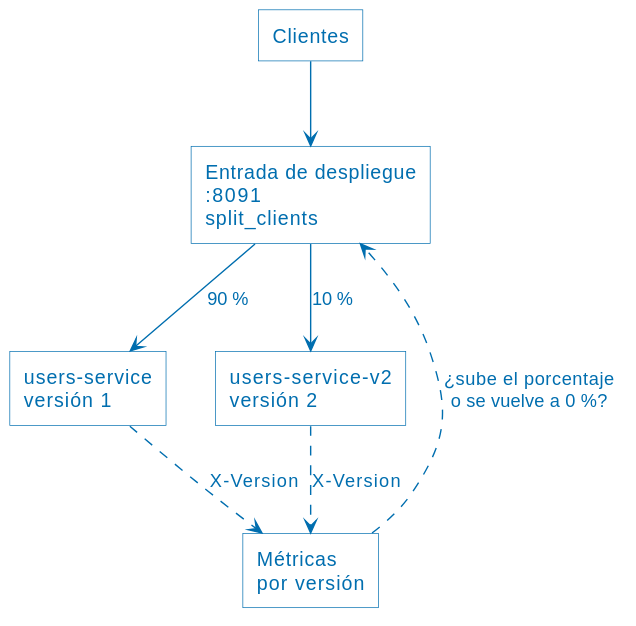
ucudal/ANDIS2_UT4_DEMO1 keeps this PlantUML diagram as assets/29-canary.svg. Above is the earlier version. Source of this version:
```plantuml
@startuml
!include PlantUML.style
rectangle "Clientes" as C
rectangle "Entrada de despliegue\n:8091\nsplit_clients" as G
rectangle "users-service\nversión 1" as V1
rectangle "users-service-v2\nversión 2" as V2
rectangle "Métricas\npor versión" as M
C --> G
G --> V1 : 90 %
G --> V2 : 10 %
V1 ..> M : X-Version
V2 ..> M : X-Version
M ..> G : ¿sube el porcentaje\no se vuelve a 0 %?
@enduml
```
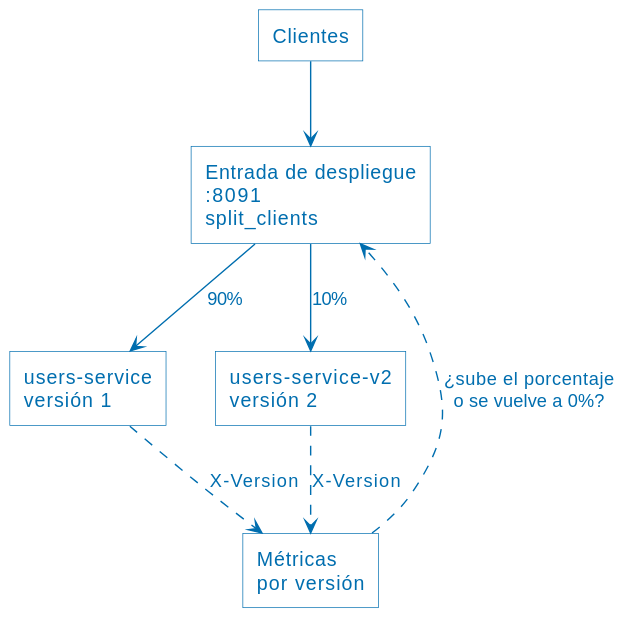
The same file after the commit.

The edit, as a diff of the source:
```diff
@@ -6,9 +6,9 @@
 rectangle "users-service-v2\nversión 2" as V2
 rectangle "Métricas\npor versión" as M
 C --> G
-G --> V1 : 90 %
-G --> V2 : 10 %
+G --> V1 : 90%
+G --> V2 : 10%
 V1 ..> M : X-Version
 V2 ..> M : X-Version
-M ..> G : ¿sube el porcentaje\no se vuelve a 0 %?
+M ..> G : ¿sube el porcentaje\no se vuelve a 0%?
 @enduml
```
